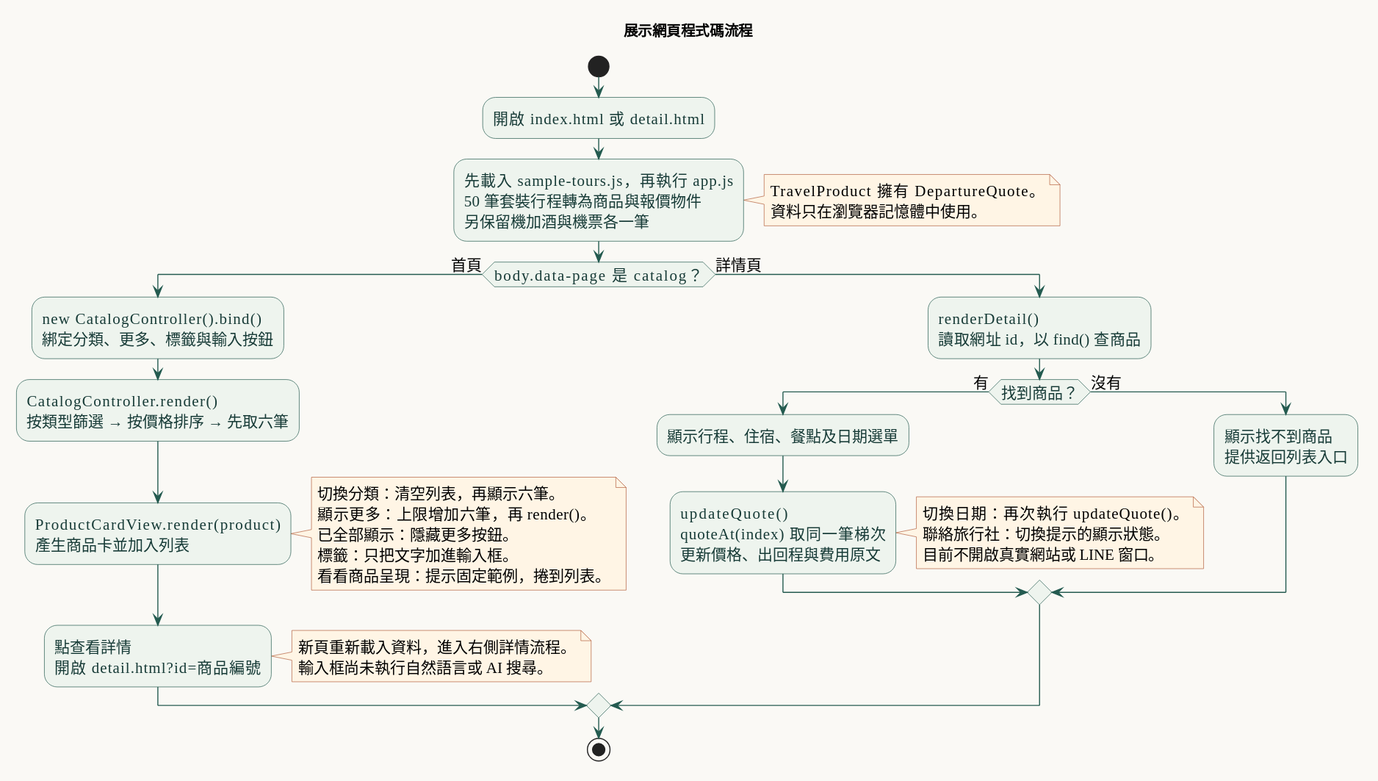
Before: 作業區/獨立展示/CodeFlow.svg, a diagram exported from PlantUML (buhaw7w/desktop-tutorial). Its diagram source:
```plantuml
@startuml
title 展示網頁程式碼流程
skinparam defaultFontName Microsoft JhengHei
skinparam defaultFontSize 15
skinparam shadowing false
skinparam backgroundColor #FAF9F5
skinparam activityBackgroundColor #EEF4EE
skinparam activityBorderColor #245B50
skinparam activityFontColor #173B37
skinparam ArrowColor #245B50
skinparam noteBackgroundColor #FFF5E5
skinparam noteBorderColor #B3613E
start
:開啟 index.html 或 detail.html;
:先載入 sample-tours.js，再執行 app.js\n50 筆套裝行程轉為商品與報價物件\n另保留機加酒與機票各一筆;
note right
  TravelProduct 擁有 DepartureQuote。
  資料只在瀏覽器記憶體中使用。
end note
if (body.data-page 是 catalog？) then (首頁)
  :new CatalogController().bind()\n綁定分類、更多、標籤與輸入按鈕;
  :CatalogController.render()\n按類型篩選 → 按價格排序 → 先取六筆;
  :ProductCardView.render(product)\n產生商品卡並加入列表;
  note right
    切換分類：清空列表，再顯示六筆。
    顯示更多：上限增加六筆，再 render()。
    已全部顯示：隱藏更多按鈕。
    標籤：只把文字加進輸入框。
    看看商品呈現：提示固定範例，捲到列表。
  end note
  :點查看詳情\n開啟 detail.html?id=商品編號;
  note right
    新頁重新載入資料，進入右側詳情流程。
    輸入框尚未執行自然語言或 AI 搜尋。
  end note
else (詳情頁)
  :renderDetail()\n讀取網址 id，以 find() 查商品;
  if (找到商品？) then (有)
    :顯示行程、住宿、餐點及日期選單;
    :updateQuote()\nquoteAt(index) 取同一筆梯次\n更新價格、出回程與費用原文;
    note right
      切換日期：再次執行 updateQuote()。
      聯絡旅行社：切換提示的顯示狀態。
      目前不開啟真實網站或 LINE 窗口。
    end note
  else (沒有)
    :顯示找不到商品\n提供返回列表入口;
  endif
endif
stop
@enduml
```
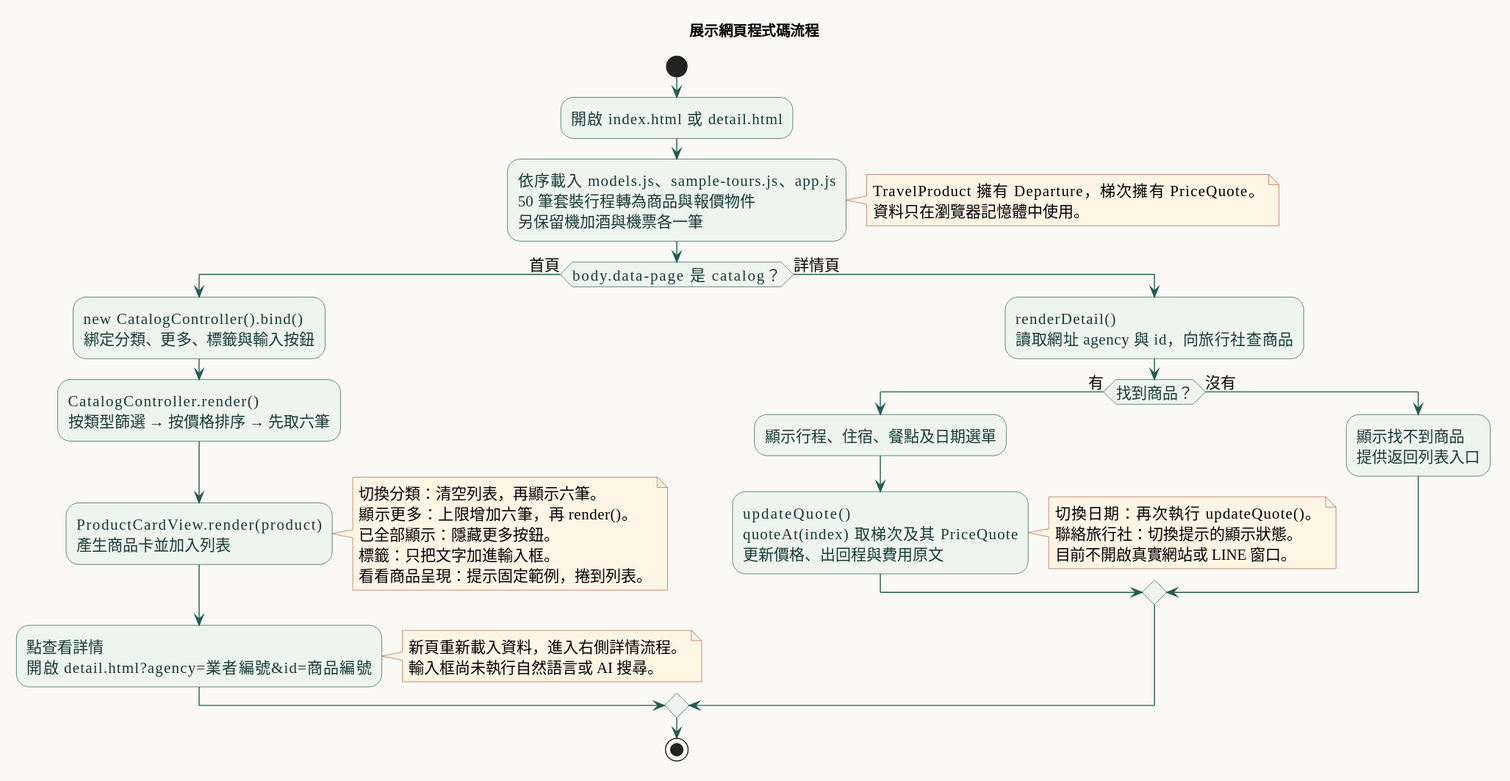
The same file after the commit.

Diff of the diagram source:
```diff
@@ -12,9 +12,9 @@
 skinparam noteBorderColor #B3613E
 start
 :開啟 index.html 或 detail.html;
-:先載入 sample-tours.js，再執行 app.js\n50 筆套裝行程轉為商品與報價物件\n另保留機加酒與機票各一筆;
+:依序載入 models.js、sample-tours.js、app.js\n50 筆套裝行程轉為商品與報價物件\n另保留機加酒與機票各一筆;
 note right
-  TravelProduct 擁有 DepartureQuote。
+  TravelProduct 擁有 Departure，梯次擁有 PriceQuote。
   資料只在瀏覽器記憶體中使用。
 end note
 if (body.data-page 是 catalog？) then (首頁)
@@ -28,16 +28,16 @@
     標籤：只把文字加進輸入框。
     看看商品呈現：提示固定範例，捲到列表。
   end note
-  :點查看詳情\n開啟 detail.html?id=商品編號;
+  :點查看詳情\n開啟 detail.html?agency=業者編號&id=商品編號;
   note right
     新頁重新載入資料，進入右側詳情流程。
     輸入框尚未執行自然語言或 AI 搜尋。
   end note
 else (詳情頁)
-  :renderDetail()\n讀取網址 id，以 find() 查商品;
+  :renderDetail()\n讀取網址 agency 與 id，向旅行社查商品;
   if (找到商品？) then (有)
     :顯示行程、住宿、餐點及日期選單;
-    :updateQuote()\nquoteAt(index) 取同一筆梯次\n更新價格、出回程與費用原文;
+    :updateQuote()\nquoteAt(index) 取梯次及其 PriceQuote\n更新價格、出回程與費用原文;
     note right
       切換日期：再次執行 updateQuote()。
       聯絡旅行社：切換提示的顯示狀態。
```
